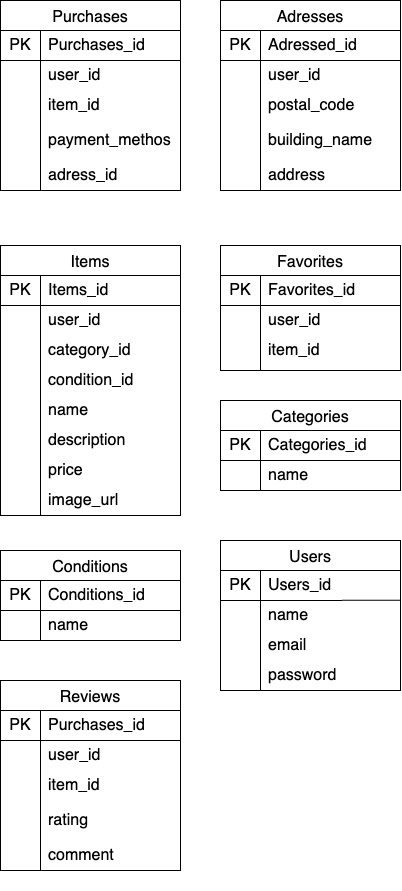
This is src/public/ER.drawio.png from aya0517/flea-market, a draw.io export, as it was before one commit. Source tidied: cells renumbered, new cells last; positions are measured from the earlier drawing's top-left corner, leaving out a move shared by most shapes.
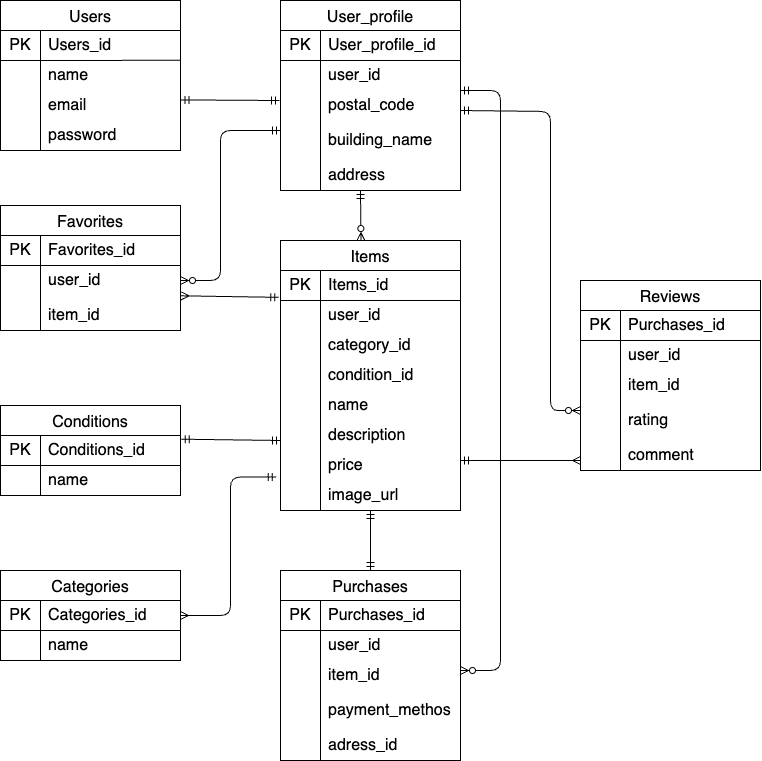
Later version of the same file.

Change to the diagram source:
```diff
@@ -3,7 +3,7 @@
     <mxCell id="0" />
     <mxCell id="1" parent="0" />
     <mxCell id="2" value="Purchases" style="shape=table;startSize=30;rowLines=0;fontStyle=0;strokeColor=default;fontSize=16;" parent="1" vertex="1">
-      <mxGeometry width="180" height="190" as="geometry" />
+      <mxGeometry x="280" y="560" width="180" height="190" as="geometry" />
     </mxCell>
     <mxCell id="3" style="shape=tableRow;horizontal=0;startSize=0;swimlaneHead=0;swimlaneBody=0;top=0;left=0;bottom=0;right=0;fillColor=none;strokeColor=inherit;fontSize=16;" parent="2" vertex="1">
       <mxGeometry y="30" width="180" height="30" as="geometry" />
@@ -40,22 +40,22 @@
       </mxGeometry>
     </mxCell>
     <mxCell id="13" style="shape=partialRectangle;html=1;whiteSpace=wrap;fillColor=none;top=0;left=0;bottom=0;right=0;overflow=hidden;strokeColor=inherit;fontSize=16;" parent="1" vertex="1">
-      <mxGeometry y="120" width="40" height="30" as="geometry" />
+      <mxGeometry x="280" y="680" width="40" height="30" as="geometry" />
     </mxCell>
     <mxCell id="14" value="adress_id" style="shape=partialRectangle;html=1;whiteSpace=wrap;fillColor=none;top=0;left=0;bottom=0;right=0;align=left;spacingLeft=6;overflow=hidden;strokeColor=inherit;fontSize=16;" parent="1" vertex="1">
-      <mxGeometry x="40" y="160" width="140" height="30" as="geometry" />
+      <mxGeometry x="320" y="720" width="140" height="30" as="geometry" />
     </mxCell>
     <mxCell id="15" style="shape=partialRectangle;html=1;whiteSpace=wrap;fillColor=none;top=0;left=0;bottom=0;right=0;overflow=hidden;strokeColor=inherit;fontSize=16;" parent="1" vertex="1">
-      <mxGeometry y="150" width="40" height="30" as="geometry" />
+      <mxGeometry x="280" y="710" width="40" height="30" as="geometry" />
     </mxCell>
     <mxCell id="16" value="item_id" style="shape=partialRectangle;html=1;whiteSpace=wrap;fillColor=none;top=0;left=0;bottom=0;right=0;align=left;spacingLeft=6;overflow=hidden;strokeColor=inherit;fontSize=16;" parent="1" vertex="1">
-      <mxGeometry x="40" y="90" width="140" height="30" as="geometry" />
+      <mxGeometry x="320" y="650" width="140" height="30" as="geometry" />
     </mxCell>
     <mxCell id="17" style="shape=partialRectangle;html=1;whiteSpace=wrap;fillColor=none;top=0;left=0;bottom=0;right=0;overflow=hidden;strokeColor=inherit;fontSize=16;" parent="1" vertex="1">
-      <mxGeometry y="180" width="40" height="30" as="geometry" />
+      <mxGeometry x="580" y="225" width="40" height="30" as="geometry" />
     </mxCell>
-    <mxCell id="18" value="Adresses" style="shape=table;startSize=30;rowLines=0;fontStyle=0;strokeColor=default;fontSize=16;" parent="1" vertex="1">
-      <mxGeometry x="220" width="180" height="190" as="geometry" />
+    <mxCell id="18" value="User_profile" style="shape=table;startSize=30;rowLines=0;fontStyle=0;strokeColor=default;fontSize=16;" parent="1" vertex="1">
+      <mxGeometry x="280" y="-10" width="180" height="190" as="geometry" />
     </mxCell>
     <mxCell id="19" style="shape=tableRow;horizontal=0;startSize=0;swimlaneHead=0;swimlaneBody=0;top=0;left=0;bottom=0;right=0;fillColor=none;strokeColor=inherit;fontSize=16;" parent="18" vertex="1">
       <mxGeometry y="30" width="180" height="30" as="geometry" />
@@ -63,7 +63,7 @@
     <mxCell id="20" value="PK" style="shape=partialRectangle;html=1;whiteSpace=wrap;fillColor=none;top=0;left=0;bottom=0;right=0;overflow=hidden;strokeColor=inherit;fontSize=16;" parent="19" vertex="1">
       <mxGeometry width="40" height="30" as="geometry" />
     </mxCell>
-    <mxCell id="21" value="Adressed_id" style="shape=partialRectangle;html=1;whiteSpace=wrap;fillColor=none;top=0;left=0;bottom=0;right=0;align=left;spacingLeft=6;overflow=hidden;strokeColor=inherit;fontSize=16;" parent="19" vertex="1">
+    <mxCell id="21" value="User_profile_id" style="shape=partialRectangle;html=1;whiteSpace=wrap;fillColor=none;top=0;left=0;bottom=0;right=0;align=left;spacingLeft=6;overflow=hidden;strokeColor=inherit;fontSize=16;" parent="19" vertex="1">
       <mxGeometry x="40" width="140" height="30" as="geometry" />
     </mxCell>
     <mxCell id="22" style="shape=tableRow;horizontal=0;startSize=0;swimlaneHead=0;swimlaneBody=0;top=0;left=0;bottom=0;right=0;fillColor=none;points=[[0,0.5],[1,0.5]];portConstraint=eastwest;strokeColor=inherit;fontSize=16;" parent="18" vertex="1">
@@ -92,22 +92,22 @@
       </mxGeometry>
     </mxCell>
     <mxCell id="29" style="shape=partialRectangle;html=1;whiteSpace=wrap;fillColor=none;top=0;left=0;bottom=0;right=0;overflow=hidden;strokeColor=inherit;fontSize=16;" parent="1" vertex="1">
-      <mxGeometry x="220" y="120" width="40" height="30" as="geometry" />
+      <mxGeometry x="280" y="110" width="40" height="30" as="geometry" />
     </mxCell>
     <mxCell id="30" value="address" style="shape=partialRectangle;html=1;whiteSpace=wrap;fillColor=none;top=0;left=0;bottom=0;right=0;align=left;spacingLeft=6;overflow=hidden;strokeColor=inherit;fontSize=16;" parent="1" vertex="1">
-      <mxGeometry x="260" y="160" width="140" height="30" as="geometry" />
+      <mxGeometry x="320" y="150" width="140" height="30" as="geometry" />
     </mxCell>
     <mxCell id="31" style="shape=partialRectangle;html=1;whiteSpace=wrap;fillColor=none;top=0;left=0;bottom=0;right=0;overflow=hidden;strokeColor=inherit;fontSize=16;" parent="1" vertex="1">
-      <mxGeometry x="220" y="150" width="40" height="30" as="geometry" />
+      <mxGeometry x="280" y="140" width="40" height="30" as="geometry" />
     </mxCell>
     <mxCell id="32" value="postal_code" style="shape=partialRectangle;html=1;whiteSpace=wrap;fillColor=none;top=0;left=0;bottom=0;right=0;align=left;spacingLeft=6;overflow=hidden;strokeColor=inherit;fontSize=16;" parent="1" vertex="1">
-      <mxGeometry x="260" y="90" width="140" height="30" as="geometry" />
+      <mxGeometry x="320" y="80" width="140" height="30" as="geometry" />
     </mxCell>
     <mxCell id="33" style="shape=partialRectangle;html=1;whiteSpace=wrap;fillColor=none;top=0;left=0;bottom=0;right=0;overflow=hidden;strokeColor=inherit;fontSize=16;" parent="1" vertex="1">
-      <mxGeometry x="220" y="180" width="40" height="30" as="geometry" />
+      <mxGeometry x="280" y="170" width="40" height="30" as="geometry" />
     </mxCell>
     <mxCell id="34" value="Items" style="shape=table;startSize=30;rowLines=0;fontStyle=0;strokeColor=default;fontSize=16;" parent="1" vertex="1">
-      <mxGeometry y="245" width="180" height="270" as="geometry" />
+      <mxGeometry x="280" y="230" width="180" height="270" as="geometry" />
     </mxCell>
     <mxCell id="35" style="shape=tableRow;horizontal=0;startSize=0;swimlaneHead=0;swimlaneBody=0;top=0;left=0;bottom=0;right=0;fillColor=none;strokeColor=inherit;fontSize=16;" parent="34" vertex="1">
       <mxGeometry y="30" width="180" height="30" as="geometry" />
@@ -144,34 +144,34 @@
       </mxGeometry>
     </mxCell>
     <mxCell id="45" style="shape=partialRectangle;html=1;whiteSpace=wrap;fillColor=none;top=0;left=0;bottom=0;right=0;overflow=hidden;strokeColor=inherit;fontSize=16;" parent="1" vertex="1">
-      <mxGeometry y="365" width="40" height="30" as="geometry" />
+      <mxGeometry x="280" y="350" width="40" height="30" as="geometry" />
     </mxCell>
     <mxCell id="46" value="condition_id" style="shape=partialRectangle;html=1;whiteSpace=wrap;fillColor=none;top=0;left=0;bottom=0;right=0;align=left;spacingLeft=6;overflow=hidden;strokeColor=inherit;fontSize=16;" parent="1" vertex="1">
-      <mxGeometry x="40" y="365" width="140" height="30" as="geometry" />
+      <mxGeometry x="320" y="350" width="140" height="30" as="geometry" />
     </mxCell>
     <mxCell id="47" style="shape=partialRectangle;html=1;whiteSpace=wrap;fillColor=none;top=0;left=0;bottom=0;right=0;overflow=hidden;strokeColor=inherit;fontSize=16;" parent="1" vertex="1">
-      <mxGeometry y="395" width="40" height="30" as="geometry" />
+      <mxGeometry x="280" y="380" width="40" height="30" as="geometry" />
     </mxCell>
     <mxCell id="48" value="category_id" style="shape=partialRectangle;html=1;whiteSpace=wrap;fillColor=none;top=0;left=0;bottom=0;right=0;align=left;spacingLeft=6;overflow=hidden;strokeColor=inherit;fontSize=16;" parent="1" vertex="1">
-      <mxGeometry x="40" y="335" width="140" height="30" as="geometry" />
+      <mxGeometry x="320" y="320" width="140" height="30" as="geometry" />
     </mxCell>
     <mxCell id="49" style="shape=partialRectangle;html=1;whiteSpace=wrap;fillColor=none;top=0;left=0;bottom=0;right=0;overflow=hidden;strokeColor=inherit;fontSize=16;" parent="1" vertex="1">
-      <mxGeometry y="425" width="40" height="30" as="geometry" />
+      <mxGeometry x="280" y="410" width="40" height="30" as="geometry" />
     </mxCell>
     <mxCell id="50" value="name" style="shape=partialRectangle;html=1;whiteSpace=wrap;fillColor=none;top=0;left=0;bottom=0;right=0;align=left;spacingLeft=6;overflow=hidden;strokeColor=inherit;fontSize=16;" parent="1" vertex="1">
-      <mxGeometry x="40" y="395" width="140" height="30" as="geometry" />
+      <mxGeometry x="320" y="380" width="140" height="30" as="geometry" />
     </mxCell>
     <mxCell id="51" value="description" style="shape=partialRectangle;html=1;whiteSpace=wrap;fillColor=none;top=0;left=0;bottom=0;right=0;align=left;spacingLeft=6;overflow=hidden;strokeColor=inherit;fontSize=16;" parent="1" vertex="1">
-      <mxGeometry x="40" y="425" width="140" height="30" as="geometry" />
+      <mxGeometry x="320" y="410" width="140" height="30" as="geometry" />
     </mxCell>
     <mxCell id="52" value="image_url" style="shape=partialRectangle;html=1;whiteSpace=wrap;fillColor=none;top=0;left=0;bottom=0;right=0;align=left;spacingLeft=6;overflow=hidden;strokeColor=inherit;fontSize=16;" parent="1" vertex="1">
-      <mxGeometry x="40" y="485" width="140" height="30" as="geometry" />
+      <mxGeometry x="320" y="470" width="140" height="30" as="geometry" />
     </mxCell>
     <mxCell id="53" value="price" style="shape=partialRectangle;html=1;whiteSpace=wrap;fillColor=none;top=0;left=0;bottom=0;right=0;align=left;spacingLeft=6;overflow=hidden;strokeColor=inherit;fontSize=16;" parent="1" vertex="1">
-      <mxGeometry x="40" y="455" width="140" height="30" as="geometry" />
+      <mxGeometry x="320" y="440" width="140" height="30" as="geometry" />
     </mxCell>
     <mxCell id="54" value="Favorites" style="shape=table;startSize=30;rowLines=0;fontStyle=0;strokeColor=default;fontSize=16;" parent="1" vertex="1">
-      <mxGeometry x="220" y="245" width="180" height="125" as="geometry" />
+      <mxGeometry y="195" width="180" height="125" as="geometry" />
     </mxCell>
     <mxCell id="55" style="shape=tableRow;horizontal=0;startSize=0;swimlaneHead=0;swimlaneBody=0;top=0;left=0;bottom=0;right=0;fillColor=none;strokeColor=inherit;fontSize=16;" parent="54" vertex="1">
       <mxGeometry y="30" width="180" height="30" as="geometry" />
@@ -208,19 +208,19 @@
       </mxGeometry>
     </mxCell>
     <mxCell id="65" style="shape=partialRectangle;html=1;whiteSpace=wrap;fillColor=none;top=0;left=0;bottom=0;right=0;overflow=hidden;strokeColor=inherit;fontSize=16;" parent="1" vertex="1">
-      <mxGeometry x="220" y="365" width="40" height="30" as="geometry" />
+      <mxGeometry x="320" y="710" width="40" height="30" as="geometry" />
     </mxCell>
     <mxCell id="66" style="shape=partialRectangle;html=1;whiteSpace=wrap;fillColor=none;top=0;left=0;bottom=0;right=0;overflow=hidden;strokeColor=inherit;fontSize=16;" parent="1" vertex="1">
-      <mxGeometry x="220" y="395" width="40" height="30" as="geometry" />
+      <mxGeometry y="555" width="40" height="30" as="geometry" />
     </mxCell>
     <mxCell id="67" value="item_id" style="shape=partialRectangle;html=1;whiteSpace=wrap;fillColor=none;top=0;left=0;bottom=0;right=0;align=left;spacingLeft=6;overflow=hidden;strokeColor=inherit;fontSize=16;" parent="1" vertex="1">
-      <mxGeometry x="260" y="335" width="140" height="30" as="geometry" />
+      <mxGeometry x="40" y="290" width="140" height="30" as="geometry" />
     </mxCell>
     <mxCell id="68" style="shape=partialRectangle;html=1;whiteSpace=wrap;fillColor=none;top=0;left=0;bottom=0;right=0;overflow=hidden;strokeColor=inherit;fontSize=16;" parent="1" vertex="1">
-      <mxGeometry x="220" y="425" width="40" height="30" as="geometry" />
+      <mxGeometry y="585" width="40" height="30" as="geometry" />
     </mxCell>
     <mxCell id="69" value="Categories" style="shape=table;startSize=30;rowLines=0;fontStyle=0;strokeColor=default;fontSize=16;" parent="1" vertex="1">
-      <mxGeometry x="220" y="400" width="180" height="90" as="geometry" />
+      <mxGeometry y="560" width="180" height="90" as="geometry" />
     </mxCell>
     <mxCell id="70" style="shape=tableRow;horizontal=0;startSize=0;swimlaneHead=0;swimlaneBody=0;top=0;left=0;bottom=0;right=0;fillColor=none;points=[[0,0.5],[1,0.5]];portConstraint=eastwest;strokeColor=inherit;fontSize=16;" parent="69" vertex="1">
       <mxGeometry y="30" width="180" height="30" as="geometry" />
@@ -248,16 +248,16 @@
       </mxGeometry>
     </mxCell>
     <mxCell id="77" style="shape=partialRectangle;html=1;whiteSpace=wrap;fillColor=none;top=0;left=0;bottom=0;right=0;overflow=hidden;strokeColor=inherit;fontSize=16;" parent="1" vertex="1">
-      <mxGeometry x="220" y="515" width="40" height="30" as="geometry" />
+      <mxGeometry x="630" y="375" width="40" height="30" as="geometry" />
     </mxCell>
     <mxCell id="78" style="shape=partialRectangle;html=1;whiteSpace=wrap;fillColor=none;top=0;left=0;bottom=0;right=0;overflow=hidden;strokeColor=inherit;fontSize=16;" parent="1" vertex="1">
-      <mxGeometry y="545" width="40" height="30" as="geometry" />
+      <mxGeometry y="390" width="40" height="30" as="geometry" />
     </mxCell>
     <mxCell id="79" style="shape=partialRectangle;html=1;whiteSpace=wrap;fillColor=none;top=0;left=0;bottom=0;right=0;overflow=hidden;strokeColor=inherit;fontSize=16;" parent="1" vertex="1">
-      <mxGeometry y="575" width="40" height="30" as="geometry" />
+      <mxGeometry y="420" width="40" height="30" as="geometry" />
     </mxCell>
     <mxCell id="80" value="Conditions" style="shape=table;startSize=30;rowLines=0;fontStyle=0;strokeColor=default;fontSize=16;" parent="1" vertex="1">
-      <mxGeometry y="550" width="180" height="90" as="geometry" />
+      <mxGeometry y="395" width="180" height="90" as="geometry" />
     </mxCell>
     <mxCell id="81" style="shape=tableRow;horizontal=0;startSize=0;swimlaneHead=0;swimlaneBody=0;top=0;left=0;bottom=0;right=0;fillColor=none;points=[[0,0.5],[1,0.5]];portConstraint=eastwest;strokeColor=inherit;fontSize=16;" parent="80" vertex="1">
       <mxGeometry y="30" width="180" height="30" as="geometry" />
@@ -285,7 +285,7 @@
       </mxGeometry>
     </mxCell>
     <mxCell id="88" value="Users" style="shape=table;startSize=30;rowLines=0;fontStyle=0;strokeColor=default;fontSize=16;" parent="1" vertex="1">
-      <mxGeometry x="220" y="540" width="180" height="150" as="geometry" />
+      <mxGeometry y="-10" width="180" height="150" as="geometry" />
     </mxCell>
     <mxCell id="89" style="shape=tableRow;horizontal=0;startSize=0;swimlaneHead=0;swimlaneBody=0;top=0;left=0;bottom=0;right=0;fillColor=none;strokeColor=inherit;fontSize=16;" parent="88" vertex="1">
       <mxGeometry y="30" width="180" height="30" as="geometry" />
@@ -313,19 +313,19 @@
       </mxGeometry>
     </mxCell>
     <mxCell id="96" style="shape=partialRectangle;html=1;whiteSpace=wrap;fillColor=none;top=0;left=0;bottom=0;right=0;overflow=hidden;strokeColor=inherit;fontSize=16;" parent="1" vertex="1">
-      <mxGeometry x="220" y="660" width="40" height="30" as="geometry" />
+      <mxGeometry y="110" width="40" height="30" as="geometry" />
     </mxCell>
     <mxCell id="97" style="shape=partialRectangle;html=1;whiteSpace=wrap;fillColor=none;top=0;left=0;bottom=0;right=0;overflow=hidden;strokeColor=inherit;fontSize=16;" parent="1" vertex="1">
-      <mxGeometry x="220" y="690" width="40" height="30" as="geometry" />
+      <mxGeometry y="140" width="40" height="30" as="geometry" />
     </mxCell>
     <mxCell id="98" value="name" style="shape=partialRectangle;html=1;whiteSpace=wrap;fillColor=none;top=0;left=0;bottom=0;right=0;align=left;spacingLeft=6;overflow=hidden;strokeColor=inherit;fontSize=16;" parent="1" vertex="1">
-      <mxGeometry x="260" y="600" width="140" height="30" as="geometry" />
+      <mxGeometry x="40" y="50" width="140" height="30" as="geometry" />
     </mxCell>
     <mxCell id="99" value="password" style="shape=partialRectangle;html=1;whiteSpace=wrap;fillColor=none;top=0;left=0;bottom=0;right=0;align=left;spacingLeft=6;overflow=hidden;strokeColor=inherit;fontSize=16;" parent="1" vertex="1">
-      <mxGeometry x="260" y="660" width="140" height="30" as="geometry" />
+      <mxGeometry x="40" y="110" width="140" height="30" as="geometry" />
     </mxCell>
     <mxCell id="100" value="Reviews" style="shape=table;startSize=30;rowLines=0;fontStyle=0;strokeColor=default;fontSize=16;" parent="1" vertex="1">
-      <mxGeometry y="680" width="180" height="190" as="geometry" />
+      <mxGeometry x="580" y="270" width="180" height="190" as="geometry" />
     </mxCell>
     <mxCell id="101" style="shape=tableRow;horizontal=0;startSize=0;swimlaneHead=0;swimlaneBody=0;top=0;left=0;bottom=0;right=0;fillColor=none;strokeColor=inherit;fontSize=16;" parent="100" vertex="1">
       <mxGeometry y="30" width="180" height="30" as="geometry" />
@@ -362,19 +362,79 @@
       </mxGeometry>
     </mxCell>
     <mxCell id="111" style="shape=partialRectangle;html=1;whiteSpace=wrap;fillColor=none;top=0;left=0;bottom=0;right=0;overflow=hidden;strokeColor=inherit;fontSize=16;" parent="1" vertex="1">
-      <mxGeometry y="800" width="40" height="30" as="geometry" />
+      <mxGeometry x="580" y="390" width="40" height="30" as="geometry" />
     </mxCell>
     <mxCell id="112" value="comment" style="shape=partialRectangle;html=1;whiteSpace=wrap;fillColor=none;top=0;left=0;bottom=0;right=0;align=left;spacingLeft=6;overflow=hidden;strokeColor=inherit;fontSize=16;" parent="1" vertex="1">
-      <mxGeometry x="40" y="840" width="140" height="30" as="geometry" />
+      <mxGeometry x="620" y="430" width="140" height="30" as="geometry" />
     </mxCell>
     <mxCell id="113" style="shape=partialRectangle;html=1;whiteSpace=wrap;fillColor=none;top=0;left=0;bottom=0;right=0;overflow=hidden;strokeColor=inherit;fontSize=16;" parent="1" vertex="1">
-      <mxGeometry y="830" width="40" height="30" as="geometry" />
+      <mxGeometry x="580" y="420" width="40" height="30" as="geometry" />
     </mxCell>
     <mxCell id="114" value="item_id" style="shape=partialRectangle;html=1;whiteSpace=wrap;fillColor=none;top=0;left=0;bottom=0;right=0;align=left;spacingLeft=6;overflow=hidden;strokeColor=inherit;fontSize=16;" parent="1" vertex="1">
-      <mxGeometry x="40" y="770" width="140" height="30" as="geometry" />
+      <mxGeometry x="620" y="360" width="140" height="30" as="geometry" />
     </mxCell>
     <mxCell id="115" style="shape=partialRectangle;html=1;whiteSpace=wrap;fillColor=none;top=0;left=0;bottom=0;right=0;overflow=hidden;strokeColor=inherit;fontSize=16;" parent="1" vertex="1">
-      <mxGeometry y="860" width="40" height="30" as="geometry" />
+      <mxGeometry x="580" y="450" width="40" height="30" as="geometry" />
     </mxCell>
+    <mxCell id="116" style="endArrow=ERmandOne;html=1;exitX=1.003;exitY=0.438;exitDx=0;exitDy=0;exitPerimeter=0;startArrow=ERmandOne;startFill=0;endFill=0;" parent="1" edge="1" source="92">
+      <mxGeometry relative="1" as="geometry">
+        <mxPoint x="279" y="90" as="targetPoint" />
+      </mxGeometry>
+    </mxCell>
+    <mxCell id="117" style="endArrow=ERzeroToMany;html=1;startArrow=ERmandOne;startFill=0;endFill=0;entryX=0.447;entryY=0;entryDx=0;entryDy=0;entryPerimeter=0;" parent="1" edge="1" target="34">
+      <mxGeometry relative="1" as="geometry">
+        <mxPoint x="360" y="180" as="sourcePoint" />
+      </mxGeometry>
+    </mxCell>
+    <mxCell id="118" style="endArrow=ERmandOne;html=1;exitX=0.5;exitY=0;exitDx=0;exitDy=0;entryX=0.5;entryY=1;entryDx=0;entryDy=0;startArrow=ERmandOne;startFill=0;endFill=0;" parent="1" edge="1" source="2" target="34">
+      <mxGeometry relative="1" as="geometry" />
+    </mxCell>
+    <mxCell id="119" style="endArrow=ERmandOne;html=1;edgeStyle=orthogonalEdgeStyle;startArrow=ERzeroToMany;startFill=0;endFill=0;" parent="1" edge="1">
+      <mxGeometry relative="1" as="geometry">
+        <mxPoint x="460" y="660" as="sourcePoint" />
+        <mxPoint x="460" y="80" as="targetPoint" />
+        <Array as="points">
+          <mxPoint x="460" y="660" />
+          <mxPoint x="500" y="660" />
+          <mxPoint x="500" y="80" />
+        </Array>
+      </mxGeometry>
+    </mxCell>
+    <mxCell id="120" style="endArrow=ERmandOne;html=1;exitX=1;exitY=0.5;exitDx=0;exitDy=0;edgeStyle=orthogonalEdgeStyle;startArrow=ERzeroToMany;startFill=0;endFill=0;" parent="1" edge="1" source="58">
+      <mxGeometry relative="1" as="geometry">
+        <mxPoint x="280" y="120" as="targetPoint" />
+        <Array as="points">
+          <mxPoint x="220" y="270" />
+          <mxPoint x="220" y="120" />
+        </Array>
+      </mxGeometry>
+    </mxCell>
+    <mxCell id="121" style="endArrow=ERzeroToMany;html=1;edgeStyle=orthogonalEdgeStyle;startArrow=ERmandOne;startFill=0;endFill=0;" parent="1" edge="1">
+      <mxGeometry relative="1" as="geometry">
+        <mxPoint x="460" y="100" as="sourcePoint" />
+        <mxPoint x="580" y="400" as="targetPoint" />
+        <Array as="points">
+          <mxPoint x="550" y="101" />
+          <mxPoint x="550" y="400" />
+        </Array>
+      </mxGeometry>
+    </mxCell>
+    <mxCell id="122" style="endArrow=ERmandOne;html=1;exitX=1.004;exitY=0.123;exitDx=0;exitDy=0;exitPerimeter=0;startArrow=ERmandOne;startFill=0;endFill=0;" parent="1" edge="1" source="81">
+      <mxGeometry relative="1" as="geometry">
+        <mxPoint x="280" y="430" as="targetPoint" />
+      </mxGeometry>
+    </mxCell>
+    <mxCell id="123" style="endArrow=ERmandOne;html=1;exitX=1.003;exitY=0.009;exitDx=0;exitDy=0;exitPerimeter=0;entryX=-0.01;entryY=-0.105;entryDx=0;entryDy=0;entryPerimeter=0;startArrow=ERmany;startFill=0;endFill=0;" parent="1" edge="1" source="61" target="38">
+      <mxGeometry relative="1" as="geometry" />
+    </mxCell>
+    <mxCell id="124" style="endArrow=ERmandOne;html=1;entryX=-0.024;entryY=0.814;entryDx=0;entryDy=0;entryPerimeter=0;exitX=1;exitY=0.5;exitDx=0;exitDy=0;edgeStyle=orthogonalEdgeStyle;startArrow=ERmany;startFill=0;endFill=0;" parent="1" edge="1" source="70" target="41">
+      <mxGeometry relative="1" as="geometry" />
+    </mxCell>
+    <mxCell id="125" style="endArrow=ERmany;html=1;startArrow=ERmandOne;startFill=0;endFill=0;" parent="1" edge="1">
+      <mxGeometry relative="1" as="geometry">
+        <mxPoint x="460" y="450" as="sourcePoint" />
+        <mxPoint x="580" y="450" as="targetPoint" />
+      </mxGeometry>
+    </mxCell>
   </root>
 </mxGraphModel>
```
